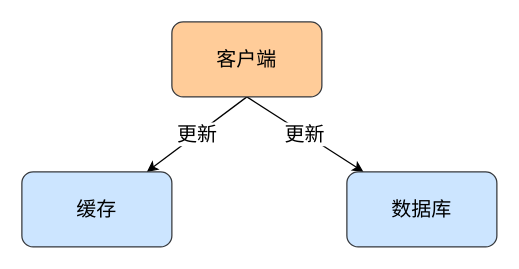
Above: redis/缓存/缓存更新.drawio in xiaolincoder/ImageHost4 (draw.io), before the change. Source tidied: cells renumbered, new cells numbered last; positions are measured from the earlier drawing's top-left corner, leaving out a move shared by most shapes. Both pictures are drawn from the tidied source at 125%, with x=0, y=0 at pixel (21, 21).
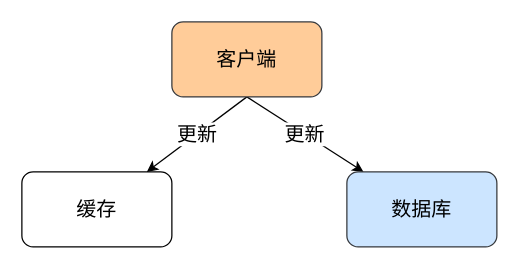
After the change.

Commit message (it also covers changes not shown here):
更新缓存更新.drawio

The edit, as a diff of the source:
```diff
@@
 <mxGraphModel>
   <root>
     <mxCell id="0" />
     <mxCell id="1" parent="0" />
     <mxCell id="2" value="更新" style="rounded=0;jettySize=auto;html=1;exitX=0.5;exitY=1;exitDx=0;exitDy=0;fontSize=16;" parent="1" edge="1" source="4" target="5">
       <mxGeometry relative="1" as="geometry" />
     </mxCell>
     <mxCell id="3" value="更新" style="rounded=0;jettySize=auto;html=1;exitX=0.5;exitY=1;exitDx=0;exitDy=0;fontSize=16;" parent="1" edge="1" source="4" target="6">
       <mxGeometry relative="1" as="geometry" />
     </mxCell>
     <mxCell id="4" value="客户端" style="rounded=1;whiteSpace=wrap;html=1;fontSize=16;fillColor=#ffcc99;strokeColor=#36393d;" parent="1" vertex="1">
       <mxGeometry x="120" width="120" height="60" as="geometry" />
     </mxCell>
-    <mxCell id="5" value="缓存" style="rounded=1;whiteSpace=wrap;html=1;fontSize=16;fillColor=#cce5ff;strokeColor=#36393d;" parent="1" vertex="1">
+    <mxCell id="5" value="缓存" style="rounded=1;whiteSpace=wrap;html=1;fontSize=16;" parent="1" vertex="1">
       <mxGeometry y="120" width="120" height="60" as="geometry" />
     </mxCell>
     <mxCell id="6" value="数据库" style="rounded=1;whiteSpace=wrap;html=1;fontSize=16;fillColor=#cce5ff;strokeColor=#36393d;" parent="1" vertex="1">
       <mxGeometry x="260" y="120" width="120" height="60" as="geometry" />
     </mxCell>
   </root>
 </mxGraphModel>
```
